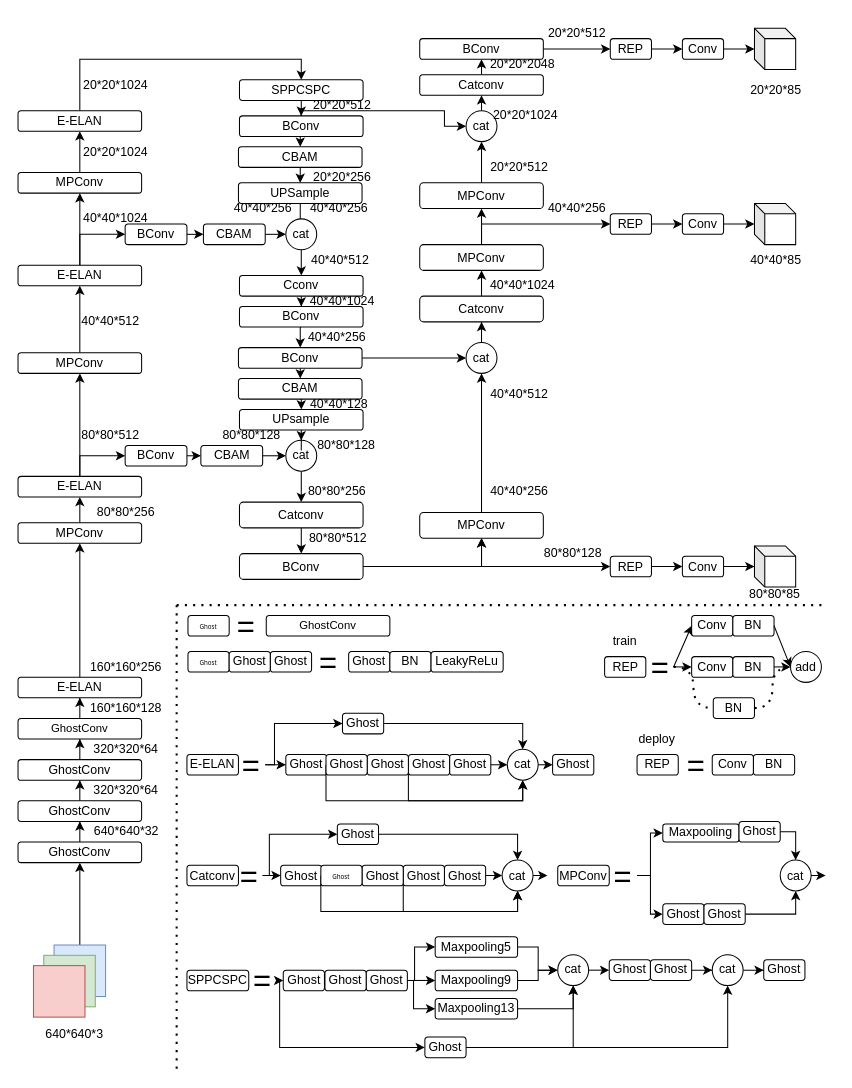
Before: yolov7改进.drawio in YANGJUNYAN0715/papers, a draw.io diagram. Source tidied: cells renumbered, new cells numbered last; positions are measured from the earlier drawing's top-left corner, leaving out a move shared by most shapes. Both pictures are drawn from the tidied source at 103%, with x=0, y=0 at pixel (18, 18).
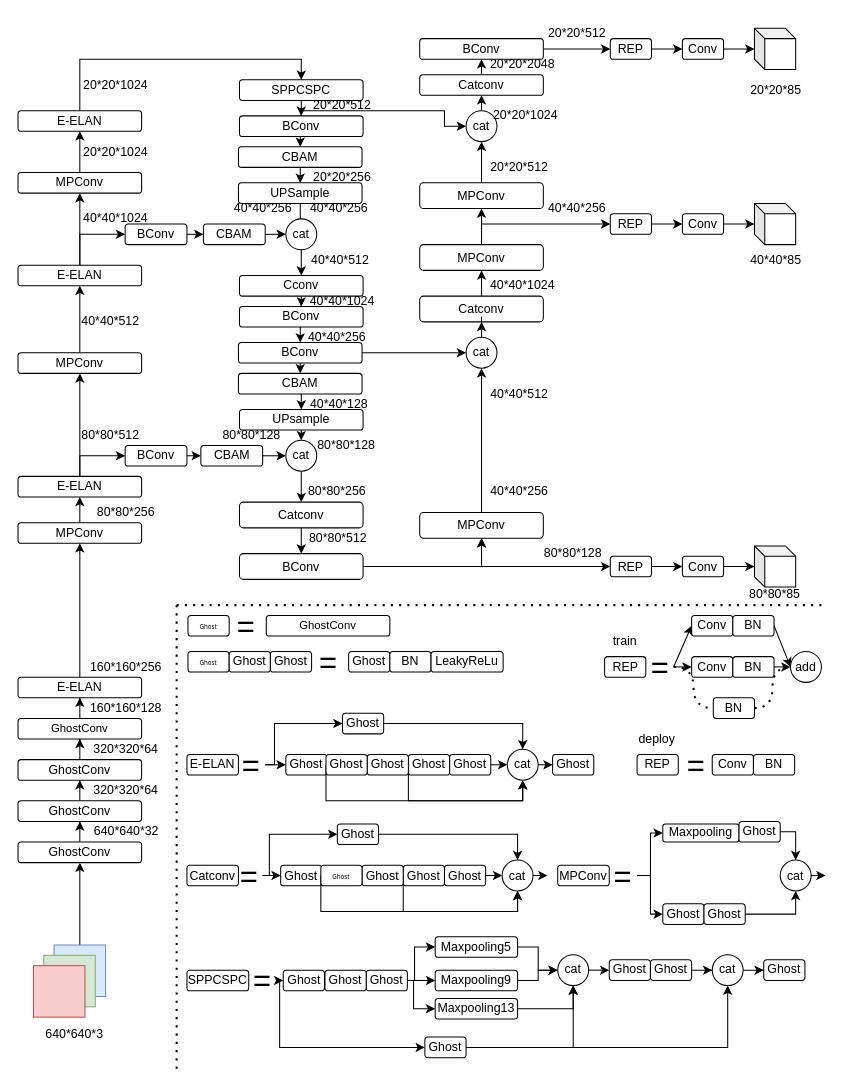
After the change.

Unchanged cells that the change refers to:
```xml
<mxCell id="42" value="cat" style="ellipse;whiteSpace=wrap;html=1;rounded=1;" parent="1" vertex="1">
  <mxGeometry x="260" y="410" width="30" height="30" as="geometry" />
</mxCell>
<mxCell id="51" value="UPsample" style="rounded=1;whiteSpace=wrap;html=1;" parent="1" vertex="1">
  <mxGeometry x="215" y="380" width="120" height="20" as="geometry" />
</mxCell>
```

The edit, as a diff of the source:
```diff
@@
     <mxCell id="47" value="BConv" style="rounded=1;whiteSpace=wrap;html=1;" parent="1" vertex="1">
-      <mxGeometry x="214" y="320" width="120" height="20" as="geometry" />
+      <mxGeometry x="214" y="315" width="120" height="20" as="geometry" />
     </mxCell>
@@
-    <mxCell id="50" style="edgeStyle=orthogonalEdgeStyle;rounded=0;jettySize=auto;html=1;" parent="1" edge="1" source="51" target="42">
+    <mxCell id="50" style="edgeStyle=orthogonalEdgeStyle;rounded=0;jettySize=auto;html=1;exitX=0.5;exitY=1;exitDx=0;exitDy=0;entryX=0.5;entryY=0;entryDx=0;entryDy=0;fontFamily=Tahoma;fontSize=6;" parent="1" edge="1" source="51" target="42">
       <mxGeometry relative="1" as="geometry" />
     </mxCell>
@@
     <mxCell id="70" value="cat" style="ellipse;whiteSpace=wrap;html=1;rounded=1;" parent="1" vertex="1">
-      <mxGeometry x="435" y="315" width="30" height="30" as="geometry" />
+      <mxGeometry x="435" y="310" width="30" height="30" as="geometry" />
     </mxCell>
@@
     <mxCell id="234" value="CBAM" style="rounded=1;whiteSpace=wrap;html=1;" parent="1" vertex="1">
-      <mxGeometry x="214" y="350" width="120" height="20" as="geometry" />
+      <mxGeometry x="214" y="345" width="120" height="20" as="geometry" />
     </mxCell>
```
